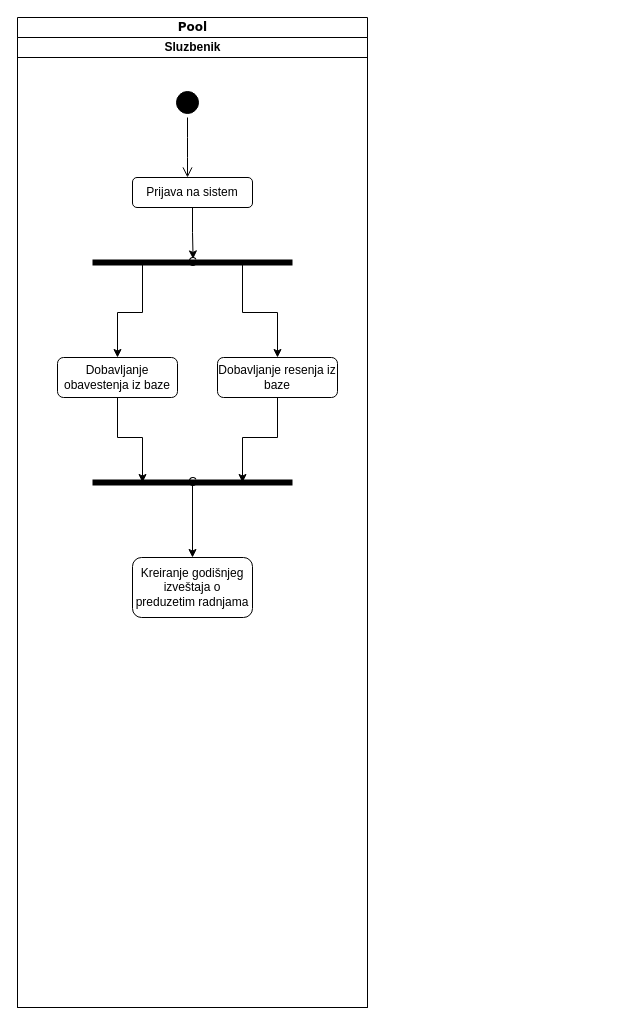
Above: Poslovni procesi/sluzbenik.drawio in vukovic98/xml_veb_servisi (draw.io), before the change. Source tidied: cells renumbered, new cells numbered last; positions are measured from the earlier drawing's top-left corner, leaving out a move shared by most shapes. Both pictures are drawn from the tidied source at 100%, with x=0, y=0 at pixel (17, 17).
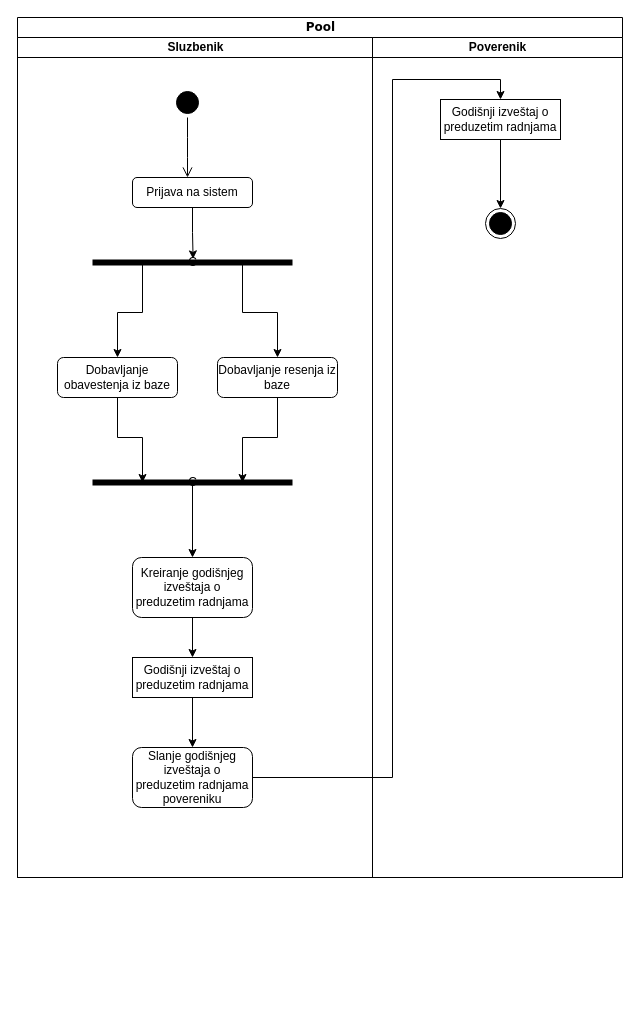
Above is the later version.

The change refers to these unchanged cells:
```xml
<mxCell id="15" value="Kreiranje godišnjeg izveštaja o preduzetim radnjama" style="rounded=1;whiteSpace=wrap;html=1;strokeColor=#000000;" parent="2" vertex="1">
  <mxGeometry x="115" y="520" width="120" height="60" as="geometry" />
</mxCell>
```

Change to the diagram source:
```diff
@@
     <mxCell id="2" value="Sluzbenik" style="swimlane;html=1;startSize=20;" parent="1" vertex="1">
-      <mxGeometry y="20" width="350" height="970" as="geometry" />
+      <mxGeometry y="20" width="355" height="840" as="geometry" />
     </mxCell>
@@
+    <mxCell id="18" style="edgeStyle=orthogonalEdgeStyle;rounded=0;jettySize=auto;html=1;exitX=0.5;exitY=1;exitDx=0;exitDy=0;entryX=0.5;entryY=0;entryDx=0;entryDy=0;strokeColor=#000000;" parent="2" edge="1" source="15" target="20">
+      <mxGeometry relative="1" as="geometry" />
+    </mxCell>
@@
+    <mxCell id="19" style="edgeStyle=orthogonalEdgeStyle;rounded=0;jettySize=auto;html=1;exitX=0.5;exitY=1;exitDx=0;exitDy=0;entryX=0.5;entryY=0;entryDx=0;entryDy=0;strokeColor=#000000;" parent="2" edge="1" source="20" target="21">
+      <mxGeometry relative="1" as="geometry" />
+    </mxCell>
+    <mxCell id="20" value="Godišnji izveštaj o preduzetim radnjama" style="rounded=0;whiteSpace=wrap;html=1;strokeColor=#000000;" parent="2" vertex="1">
+      <mxGeometry x="115" y="620" width="120" height="40" as="geometry" />
+    </mxCell>
+    <mxCell id="21" value="Slanje godišnjeg izveštaja o preduzetim radnjama povereniku" style="rounded=1;whiteSpace=wrap;html=1;strokeColor=#000000;" parent="2" vertex="1">
+      <mxGeometry x="115" y="710" width="120" height="60" as="geometry" />
+    </mxCell>
     <mxCell id="17" value="Pool" style="swimlane;html=1;startSize=20;rounded=0;shadow=0;comic=0;labelBackgroundColor=none;strokeWidth=1;fontFamily=Verdana;fontSize=12;align=center;" parent="1" vertex="1">
-      <mxGeometry width="350" height="990" as="geometry" />
+      <mxGeometry width="605" height="860" as="geometry" />
     </mxCell>
+    <mxCell id="22" value="Poverenik" style="swimlane;html=1;startSize=20;" parent="1" vertex="1">
+      <mxGeometry x="355" y="20" width="250" height="840" as="geometry" />
+    </mxCell>
+    <mxCell id="23" style="edgeStyle=orthogonalEdgeStyle;rounded=0;jettySize=auto;html=1;exitX=0.5;exitY=1;exitDx=0;exitDy=0;entryX=0.5;entryY=0;entryDx=0;entryDy=0;strokeColor=#000000;" parent="1" edge="1" source="24" target="26">
+      <mxGeometry relative="1" as="geometry" />
+    </mxCell>
+    <mxCell id="24" value="Godišnji izveštaj o preduzetim radnjama" style="rounded=0;whiteSpace=wrap;html=1;strokeColor=#000000;" parent="1" vertex="1">
+      <mxGeometry x="423" y="82" width="120" height="40" as="geometry" />
+    </mxCell>
+    <mxCell id="25" style="edgeStyle=orthogonalEdgeStyle;rounded=0;jettySize=auto;html=1;exitX=1;exitY=0.5;exitDx=0;exitDy=0;entryX=0.5;entryY=0;entryDx=0;entryDy=0;strokeColor=#000000;" parent="1" edge="1" source="21" target="24">
+      <mxGeometry relative="1" as="geometry">
+        <Array as="points">
+          <mxPoint x="375" y="760" />
+          <mxPoint x="375" y="62" />
+          <mxPoint x="483" y="62" />
+        </Array>
+      </mxGeometry>
+    </mxCell>
+    <mxCell id="26" style="ellipse;html=1;shape=endState;fillColor=#000000;" parent="1" vertex="1">
+      <mxGeometry x="468" y="191" width="30" height="30" as="geometry" />
+    </mxCell>
```
